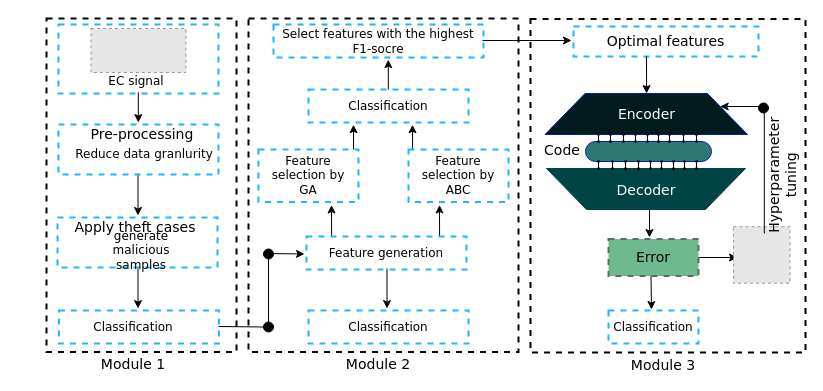
Earlier version of the draw.io diagram j2_systemModel.drawio (Faisalse/j1_smartgrid). Source tidied: cells renumbered, new cells numbered last; positions are measured from the earlier drawing's top-left corner, leaving out a move shared by most shapes. Both pictures are drawn from the tidied source at 100%, with x=0, y=0 at pixel (46, 18). Pictures stored in the file or linked from it are replaced by grey dashed boxes.
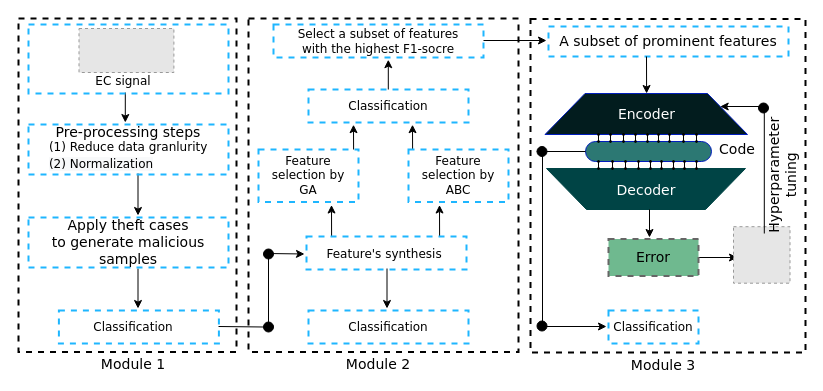
After the change.

Unchanged cells that the change refers to:
```xml
<mxCell id="64" style="rounded=1;whiteSpace=wrap;html=1;strokeColor=#001DBC;strokeWidth=1;fontColor=#ffffff;fillColor=#2C7873;arcSize=50;fontFamily=Verdana;" parent="1" vertex="1">
  <mxGeometry x="539" y="123" width="126" height="20" as="geometry" />
</mxCell>
```

Change to the diagram source:
```diff
@@
+    <mxCell id="8" style="rounded=0;whiteSpace=wrap;html=1;strokeWidth=2;fillColor=none;dashed=1;fontFamily=Verdana;" parent="1" vertex="1">
+      <mxGeometry x="484" y="0.5" width="275" height="333.5" as="geometry" />
+    </mxCell>
@@
     <mxCell id="5" style="rounded=0;whiteSpace=wrap;html=1;strokeWidth=2;fillColor=none;dashed=1;fontFamily=Verdana;" parent="1" vertex="1">
-      <mxGeometry width="190" height="333.5" as="geometry" />
+      <mxGeometry x="-28" width="218" height="333.5" as="geometry" />
     </mxCell>
@@
     <mxCell id="7" style="endArrow=classic;html=1;fontFamily=Verdana;" parent="1" edge="1">
       <mxGeometry relative="1" as="geometry">
-        <mxPoint x="91.8" y="74" as="sourcePoint" />
-        <mxPoint x="91.8" y="104" as="targetPoint" />
+        <mxPoint x="78.8" y="74" as="sourcePoint" />
+        <mxPoint x="78.8" y="104" as="targetPoint" />
       </mxGeometry>
     </mxCell>
-    <mxCell id="8" style="rounded=0;whiteSpace=wrap;html=1;strokeWidth=2;fillColor=none;dashed=1;fontFamily=Verdana;" parent="1" vertex="1">
-      <mxGeometry x="484" y="0.5" width="275" height="333.5" as="geometry" />
-    </mxCell>
@@
     <mxCell id="27" style="rounded=0;whiteSpace=wrap;html=1;dashed=1;strokeWidth=2;fillColor=none;strokeColor=#1EB6FF;fontFamily=Verdana;" parent="1" vertex="1">
-      <mxGeometry x="12" y="6" width="160" height="69" as="geometry" />
+      <mxGeometry x="-18" y="6" width="200" height="69" as="geometry" />
     </mxCell>
-    <mxCell id="28" style="endArrow=classic;html=1;exitX=0.437;exitY=-0.146;exitDx=0;exitDy=0;exitPerimeter=0;entryX=0.5;entryY=0;entryDx=0;entryDy=0;fontFamily=Verdana;" parent="1" edge="1">
+    <mxCell id="28" style="endArrow=classic;html=1;entryX=0;entryY=0.5;entryDx=0;entryDy=0;fontFamily=Verdana;" parent="1" edge="1">
       <mxGeometry relative="1" as="geometry">
-        <mxPoint x="604.5" y="256.5" as="sourcePoint" />
-        <mxPoint x="605" y="291" as="targetPoint" />
+        <mxPoint x="496" y="308" as="sourcePoint" />
+        <mxPoint x="560" y="308" as="targetPoint" />
       </mxGeometry>
     </mxCell>
@@
     <mxCell id="35" value="EC signal" style="text;html=1;strokeColor=none;fillColor=none;align=center;verticalAlign=middle;whiteSpace=wrap;rounded=0;dashed=1;fontFamily=Verdana;" parent="1" vertex="1">
-      <mxGeometry x="55" y="53" width="70" height="20" as="geometry" />
+      <mxGeometry x="42" y="53" width="70" height="20" as="geometry" />
     </mxCell>
     <mxCell id="36" style="rounded=0;whiteSpace=wrap;html=1;dashed=1;strokeWidth=2;fillColor=none;strokeColor=#1EB6FF;fontFamily=Verdana;" parent="1" vertex="1">
-      <mxGeometry x="12" y="106" width="160" height="50" as="geometry" />
+      <mxGeometry x="-18" y="106" width="200" height="50" as="geometry" />
     </mxCell>
-    <mxCell id="37" value="&lt;font style=&quot;font-size: 14px&quot;&gt;Pre-processing&lt;/font&gt;" style="text;html=1;strokeColor=none;fillColor=none;align=center;verticalAlign=middle;whiteSpace=wrap;rounded=0;dashed=1;fontFamily=Verdana;" parent="1" vertex="1">
-      <mxGeometry x="38.5" y="106" width="113.5" height="20" as="geometry" />
+    <mxCell id="37" value="&lt;font style=&quot;font-size: 14px&quot;&gt;Pre-processing steps&lt;/font&gt;" style="text;html=1;strokeColor=none;fillColor=none;align=center;verticalAlign=middle;whiteSpace=wrap;rounded=0;dashed=1;fontFamily=Verdana;" parent="1" vertex="1">
+      <mxGeometry x="-3" y="104" width="170" height="20" as="geometry" />
     </mxCell>
-    <mxCell id="38" value="&lt;font&gt;Reduce data granlurity&lt;/font&gt;" style="text;html=1;strokeColor=none;fillColor=none;align=center;verticalAlign=middle;whiteSpace=wrap;rounded=0;dashed=1;fontFamily=Verdana;" parent="1" vertex="1">
-      <mxGeometry x="24" y="126" width="148" height="20" as="geometry" />
+    <mxCell id="38" value="&lt;font&gt;(1) Reduce data granlurity&amp;nbsp;&lt;br&gt;&lt;/font&gt;" style="text;html=1;strokeColor=none;fillColor=none;align=center;verticalAlign=middle;whiteSpace=wrap;rounded=0;dashed=1;fontFamily=Verdana;" parent="1" vertex="1">
+      <mxGeometry x="-8" y="119" width="184" height="20" as="geometry" />
     </mxCell>
     <mxCell id="39" style="rounded=0;whiteSpace=wrap;html=1;dashed=1;strokeWidth=2;fillColor=none;strokeColor=#1EB6FF;fontFamily=Verdana;" parent="1" vertex="1">
-      <mxGeometry x="11" y="199" width="160" height="50" as="geometry" />
+      <mxGeometry x="-18" y="199" width="200" height="50" as="geometry" />
     </mxCell>
-    <mxCell id="40" value="&lt;font style=&quot;font-size: 14px&quot;&gt;Apply theft cases&lt;/font&gt;" style="text;html=1;strokeColor=none;fillColor=none;align=center;verticalAlign=middle;whiteSpace=wrap;rounded=0;dashed=1;fontFamily=Verdana;" parent="1" vertex="1">
-      <mxGeometry x="24" y="199" width="130" height="20" as="geometry" />
+    <mxCell id="40" value="&lt;font style=&quot;font-size: 14px&quot;&gt;Apply theft cases&lt;br&gt;&lt;span&gt;to generate malicious samples&lt;/span&gt;&lt;br&gt;&lt;/font&gt;" style="text;html=1;strokeColor=none;fillColor=none;align=center;verticalAlign=middle;whiteSpace=wrap;rounded=0;dashed=1;fontFamily=Verdana;" parent="1" vertex="1">
+      <mxGeometry x="-8" y="214" width="180" height="20" as="geometry" />
     </mxCell>
-    <mxCell id="41" value="generate malicious samples" style="text;html=1;strokeColor=none;fillColor=none;align=center;verticalAlign=middle;whiteSpace=wrap;rounded=0;dashed=1;fontFamily=Verdana;" parent="1" vertex="1">
-      <mxGeometry x="38.5" y="222" width="111.8" height="20" as="geometry" />
-    </mxCell>
@@
-    <mxCell id="45" value="&lt;span&gt;Feature generation&lt;/span&gt;" style="rounded=0;whiteSpace=wrap;html=1;dashed=1;strokeWidth=2;fillColor=none;strokeColor=#1EB6FF;fontFamily=Verdana;" parent="1" vertex="1">
+    <mxCell id="45" value="&lt;span&gt;Feature's synthesis&lt;/span&gt;&lt;span style=&quot;color: rgb(77 , 81 , 86) ; font-family: &amp;#34;arial&amp;#34; , sans-serif ; font-size: 14px ; text-align: left ; background-color: rgb(255 , 255 , 255)&quot;&gt;&amp;nbsp;&lt;/span&gt;" style="rounded=0;whiteSpace=wrap;html=1;dashed=1;strokeWidth=2;fillColor=none;strokeColor=#1EB6FF;fontFamily=Verdana;" parent="1" vertex="1">
       <mxGeometry x="260" y="218" width="160" height="33" as="geometry" />
     </mxCell>
@@
-    <mxCell id="54" value="Select features with the highest &lt;br&gt;F1-socre" style="rounded=0;whiteSpace=wrap;html=1;dashed=1;strokeWidth=2;fillColor=none;strokeColor=#1EB6FF;fontFamily=Verdana;" parent="1" vertex="1">
+    <mxCell id="54" value="&lt;span&gt;Select a subset of features &lt;br&gt;with the highest&amp;nbsp;&lt;/span&gt;&lt;span&gt;F1-socre&lt;/span&gt;" style="rounded=0;whiteSpace=wrap;html=1;dashed=1;strokeWidth=2;fillColor=none;strokeColor=#1EB6FF;fontFamily=Verdana;" parent="1" vertex="1">
       <mxGeometry x="227" y="6" width="210" height="33" as="geometry" />
     </mxCell>
@@
-    <mxCell id="56" value="&lt;span style=&quot;font-size: 14px&quot;&gt;Optimal features&lt;/span&gt;" style="rounded=0;whiteSpace=wrap;html=1;dashed=1;strokeWidth=2;fillColor=none;strokeColor=#1EB6FF;fontFamily=Verdana;" parent="1" vertex="1">
-      <mxGeometry x="527" y="8" width="185" height="30" as="geometry" />
+    <mxCell id="56" value="&lt;span style=&quot;font-size: 14px&quot;&gt;A subset of prominent features&lt;/span&gt;" style="rounded=0;whiteSpace=wrap;html=1;dashed=1;strokeWidth=2;fillColor=none;strokeColor=#1EB6FF;fontFamily=Verdana;" parent="1" vertex="1">
+      <mxGeometry x="502" y="8" width="240" height="30" as="geometry" />
     </mxCell>
@@
     <mxCell id="58" style="endArrow=classic;html=1;exitX=1;exitY=0.5;exitDx=0;exitDy=0;entryX=0;entryY=0.5;entryDx=0;entryDy=0;fontFamily=Verdana;" parent="1" edge="1">
       <mxGeometry relative="1" as="geometry">
-        <mxPoint x="436" y="22" as="sourcePoint" />
-        <mxPoint x="525" y="22" as="targetPoint" />
+        <mxPoint x="437" y="22" as="sourcePoint" />
+        <mxPoint x="500" y="22" as="targetPoint" />
       </mxGeometry>
     </mxCell>
@@
     <mxCell id="72" value="&lt;font style=&quot;font-size: 14px&quot;&gt;Code&lt;/font&gt;" style="text;html=1;strokeColor=none;fillColor=none;align=center;verticalAlign=middle;whiteSpace=wrap;rounded=0;dashed=1;fontFamily=Verdana;" parent="1" vertex="1">
-      <mxGeometry x="496" y="122" width="40" height="20" as="geometry" />
+      <mxGeometry x="671" y="121" width="40" height="20" as="geometry" />
     </mxCell>
@@
     <mxCell id="74" style="fillColor=#E6E6E6;strokeColor=#999999;dashed=1;verticalLabelPosition=bottom;verticalAlign=top;fontFamily=Verdana;" parent="1" vertex="1">
-      <mxGeometry x="44.5" y="10" width="94.9" height="44" as="geometry" />
+      <mxGeometry x="32.5" y="10" width="94.9" height="44" as="geometry" />
     </mxCell>
@@
+    <mxCell id="125" value="&#10;&#10;&lt;span style=&quot;color: rgb(0, 0, 0); font-family: verdana; font-size: 12px; font-style: normal; font-weight: 400; letter-spacing: normal; text-align: center; text-indent: 0px; text-transform: none; word-spacing: 0px; background-color: rgb(248, 249, 250); display: inline; float: none;&quot;&gt;(2) Normalization&lt;/span&gt;&#10;&#10;" style="text;html=1;strokeColor=none;fillColor=none;align=center;verticalAlign=middle;whiteSpace=wrap;rounded=0;dashed=1;fontFamily=Verdana;" parent="1" vertex="1">
+      <mxGeometry x="-7" y="136" width="124" height="20" as="geometry" />
+    </mxCell>
+    <mxCell id="126" style="endArrow=none;html=1;entryX=0;entryY=0.5;entryDx=0;entryDy=0;startArrow=none;" parent="1" edge="1" source="127" target="64">
+      <mxGeometry relative="1" as="geometry" />
+    </mxCell>
+    <mxCell id="127" style="ellipse;whiteSpace=wrap;html=1;strokeWidth=1;fillColor=#000000;fontFamily=Verdana;" parent="1" vertex="1">
+      <mxGeometry x="490.5" y="128" width="10" height="10" as="geometry" />
+    </mxCell>
+    <mxCell id="128" style="endArrow=none;html=1;entryX=0;entryY=0.5;entryDx=0;entryDy=0;" parent="1" edge="1" target="127">
+      <mxGeometry relative="1" as="geometry">
+        <mxPoint x="491" y="132" as="sourcePoint" />
+      </mxGeometry>
+    </mxCell>
+    <mxCell id="129" style="endArrow=none;html=1;" parent="1" edge="1">
+      <mxGeometry relative="1" as="geometry">
+        <mxPoint x="496" y="308" as="sourcePoint" />
+        <mxPoint x="496" y="133" as="targetPoint" />
+      </mxGeometry>
+    </mxCell>
+    <mxCell id="130" style="ellipse;whiteSpace=wrap;html=1;strokeWidth=1;fillColor=#000000;fontFamily=Verdana;" parent="1" vertex="1">
+      <mxGeometry x="490.5" y="302.5" width="10" height="10" as="geometry" />
+    </mxCell>
```
